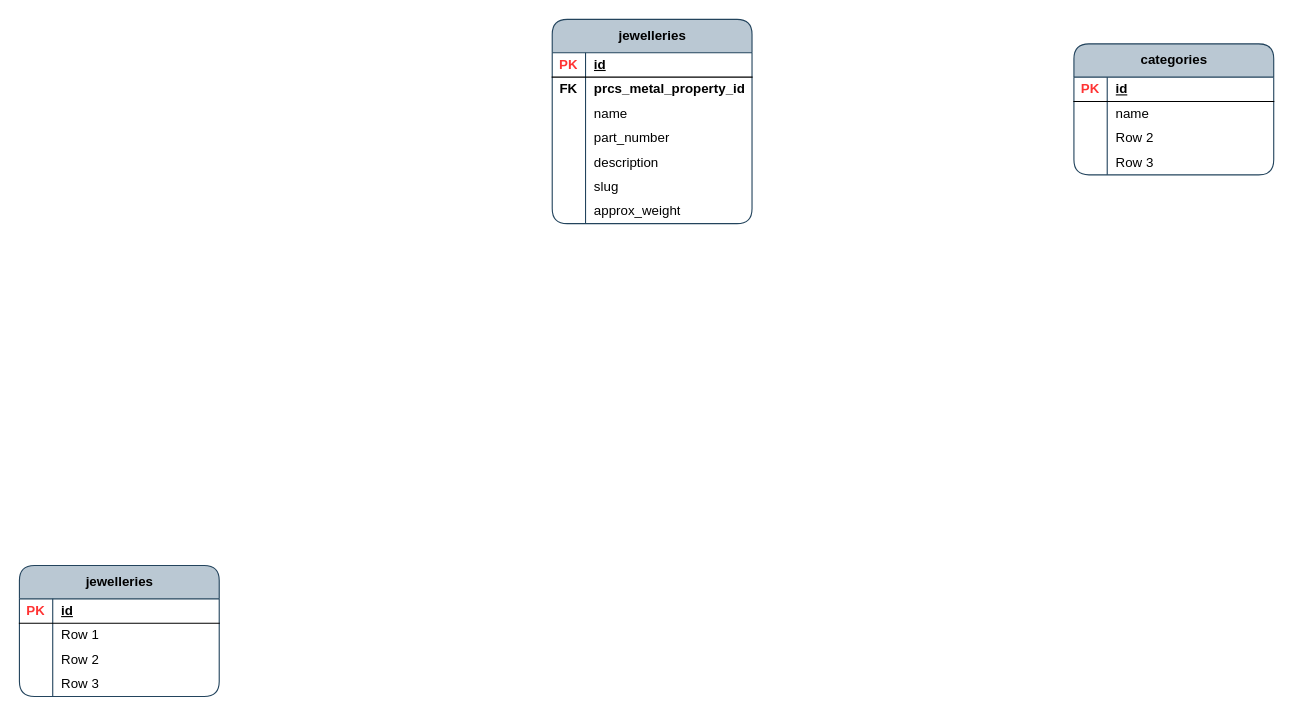
acwstudio/app-ben-brumm keeps this draw.io diagram as page "jewelleries" (3 of 6) of jewellery_items.drawio. Above is the earlier version. Source tidied: cells renumbered, new cells numbered last; positions are measured from the earlier drawing's top-left corner, leaving out a move shared by most shapes. Both pictures are drawn from the tidied source at 111%, with x=0, y=0 at pixel (19, 19).
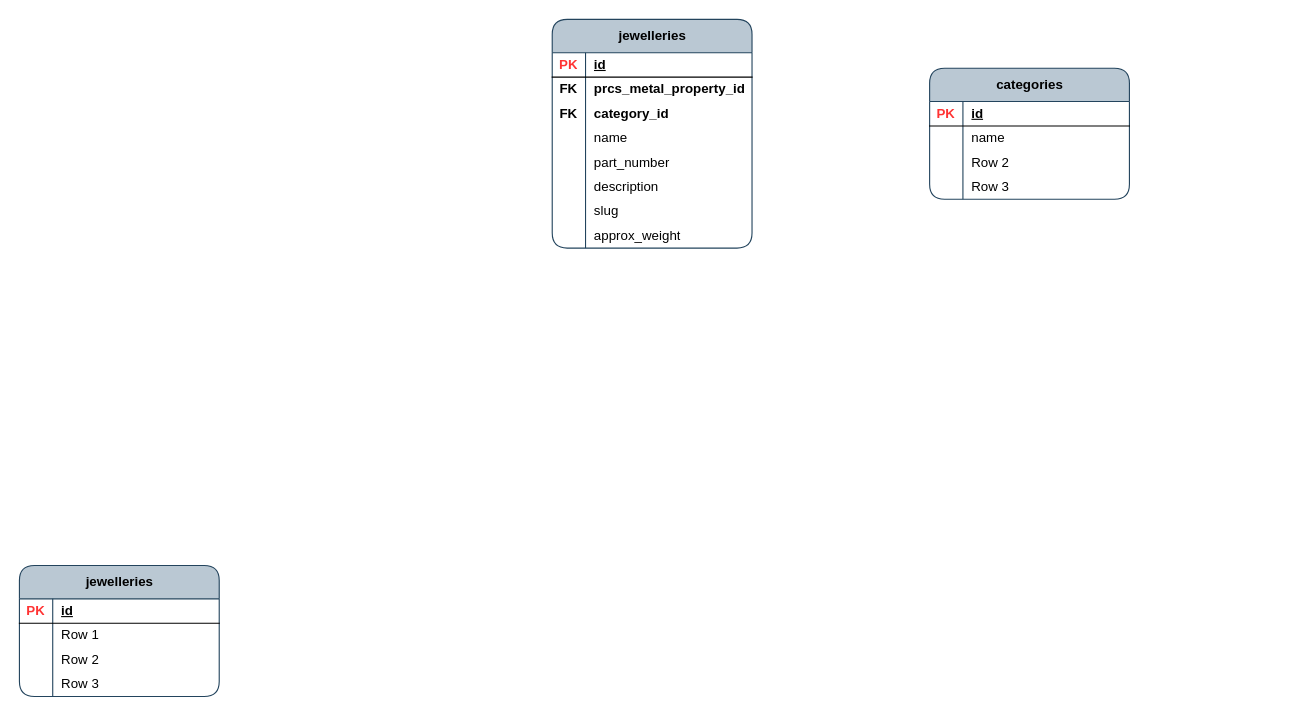
The same page after the edit.

What changed in the source:
```diff
@@
     <mxCell id="2" value="jewelleries" style="shape=table;startSize=30;childLayout=tableLayout;rowLines=0;fontStyle=1;align=center;html=1;rounded=1;swimlaneFillColor=none;fillColor=#bac8d3;strokeColor=#23445d;columnLines=1;arcSize=15;" parent="1" vertex="1">
-      <mxGeometry x="480" width="180" height="184" as="geometry" />
+      <mxGeometry x="480" width="180" height="206" as="geometry" />
     </mxCell>
@@
+    <mxCell id="50" style="shape=tableRow;horizontal=0;startSize=0;swimlaneHead=0;swimlaneBody=0;fillColor=none;top=0;left=0;right=0;bottom=0;rounded=0;" parent="2" vertex="1">
+      <mxGeometry y="74" width="180" height="22" as="geometry" />
+    </mxCell>
+    <mxCell id="51" value="&lt;b&gt;FK&lt;/b&gt;" style="shape=partialRectangle;fillColor=none;top=0;left=0;bottom=0;right=0;overflow=hidden;whiteSpace=wrap;html=1;" parent="50" vertex="1">
+      <mxGeometry width="30" height="22" as="geometry" />
+    </mxCell>
+    <mxCell id="52" value="&lt;b&gt;category_id&lt;/b&gt;" style="shape=partialRectangle;fillColor=none;top=0;left=0;bottom=0;right=0;align=left;spacingLeft=6;overflow=hidden;whiteSpace=wrap;html=1;" parent="50" vertex="1">
+      <mxGeometry x="30" width="150" height="22" as="geometry" />
+    </mxCell>
     <mxCell id="9" style="shape=tableRow;horizontal=0;startSize=0;swimlaneHead=0;swimlaneBody=0;fillColor=none;top=0;left=0;right=0;bottom=0;rounded=0;" parent="2" vertex="1">
-      <mxGeometry y="74" width="180" height="22" as="geometry" />
+      <mxGeometry y="96" width="180" height="22" as="geometry" />
     </mxCell>
@@
     <mxCell id="12" style="shape=tableRow;horizontal=0;startSize=0;swimlaneHead=0;swimlaneBody=0;fillColor=none;top=0;left=0;right=0;bottom=0;rounded=0;" parent="2" vertex="1">
-      <mxGeometry y="96" width="180" height="22" as="geometry" />
+      <mxGeometry y="118" width="180" height="22" as="geometry" />
     </mxCell>
@@
     <mxCell id="15" style="shape=tableRow;horizontal=0;startSize=0;swimlaneHead=0;swimlaneBody=0;fillColor=none;top=0;left=0;right=0;bottom=0;rounded=0;" parent="2" vertex="1">
-      <mxGeometry y="118" width="180" height="22" as="geometry" />
+      <mxGeometry y="140" width="180" height="22" as="geometry" />
     </mxCell>
@@
     <mxCell id="18" style="shape=tableRow;horizontal=0;startSize=0;swimlaneHead=0;swimlaneBody=0;fillColor=none;top=0;left=0;right=0;bottom=0;rounded=0;" parent="2" vertex="1">
-      <mxGeometry y="140" width="180" height="22" as="geometry" />
+      <mxGeometry y="162" width="180" height="22" as="geometry" />
     </mxCell>
@@
     <mxCell id="21" style="shape=tableRow;horizontal=0;startSize=0;swimlaneHead=0;swimlaneBody=0;fillColor=none;top=0;left=0;right=0;bottom=0;rounded=0;" parent="2" vertex="1">
-      <mxGeometry y="162" width="180" height="22" as="geometry" />
+      <mxGeometry y="184" width="180" height="22" as="geometry" />
     </mxCell>
@@
     <mxCell id="37" value="categories" style="shape=table;startSize=30;childLayout=tableLayout;rowLines=0;fontStyle=1;align=center;html=1;rounded=1;swimlaneFillColor=none;fillColor=#bac8d3;strokeColor=#23445d;columnLines=1;arcSize=15;" parent="1" vertex="1">
-      <mxGeometry x="950" y="22" width="180" height="118" as="geometry" />
+      <mxGeometry x="820" y="44" width="180" height="118" as="geometry" />
     </mxCell>
```
